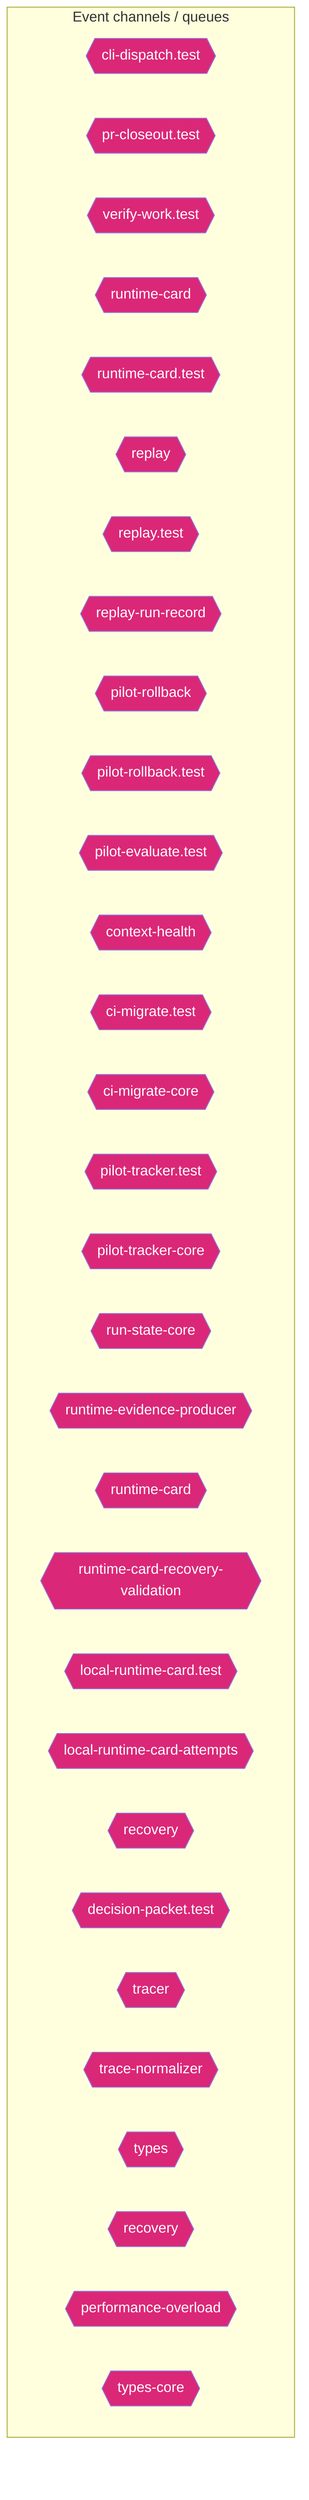
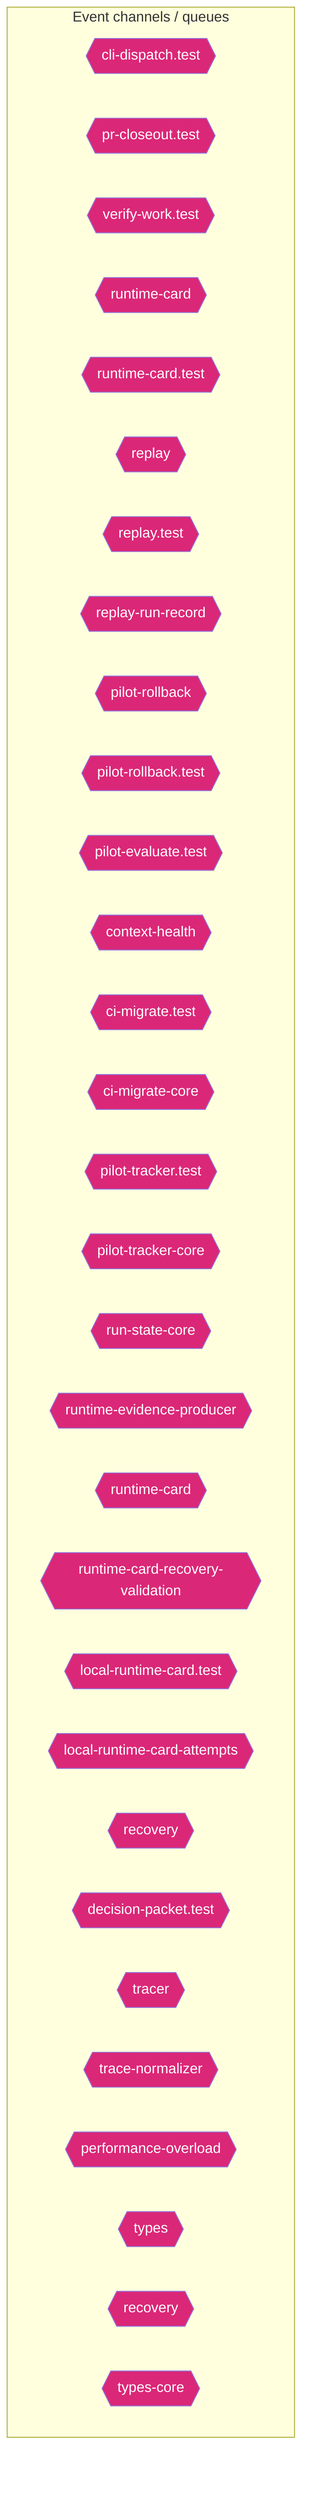
flowchart TD
  subgraph Channels["Event channels / queues"]
    cli_dispatch_test_54c9f17b{{"cli-dispatch.test"}}
    pr_closeout_test_12a1ffdd{{"pr-closeout.test"}}
    verify_work_test_0e12f6c5{{"verify-work.test"}}
    runtime_card_e06b53e1{{"runtime-card"}}
    runtime_card_test_af812837{{"runtime-card.test"}}
    replay_ac203c98{{"replay"}}
    replay_test_935f7436{{"replay.test"}}
    replay_run_record_9a08cce2{{"replay-run-record"}}
    pilot_rollback_00c1f82c{{"pilot-rollback"}}
    pilot_rollback_test_e61d5a2b{{"pilot-rollback.test"}}
    pilot_evaluate_test_a2ac06fc{{"pilot-evaluate.test"}}
    context_health_80bb7da9{{"context-health"}}
    ci_migrate_test_2a015bb9{{"ci-migrate.test"}}
    ci_migrate_core_7005b5af{{"ci-migrate-core"}}
    pilot_tracker_test_80398a66{{"pilot-tracker.test"}}
    pilot_tracker_core_80d8ac96{{"pilot-tracker-core"}}
    run_state_core_25a955bc{{"run-state-core"}}
    runtime_evidence_producer_ea388cb5{{"runtime-evidence-producer"}}
    runtime_card_1_465a49d2{{"runtime-card"}}
    runtime_card_recovery_validation_e216d883{{"runtime-card-recovery-validation"}}
    local_runtime_card_test_b508222b{{"local-runtime-card.test"}}
    local_runtime_card_attempts_28aa46ea{{"local-runtime-card-attempts"}}
    recovery_8c585378{{"recovery"}}
    decision_packet_test_9ea0e97b{{"decision-packet.test"}}
    tracer_1e6243a2{{"tracer"}}
    trace_normalizer_cb1be1d2{{"trace-normalizer"}}
-     types_7_2f1ed65e{{"types"}}
+     performance_overload_c685bfcf{{"performance-overload"}}
+     types_8_f6283648{{"types"}}
    recovery_1_4d1804ab{{"recovery"}}
-     performance_overload_c685bfcf{{"performance-overload"}}
    types_core_e405ddca{{"types-core"}}
  end
  classDef eventNode fill:#db2777,color:#fff
-   class cli_dispatch_test_54c9f17b,pr_closeout_test_12a1ffdd,verify_work_test_0e12f6c5,runtime_card_e06b53e1,runtime_card_test_af812837,replay_ac203c98,replay_test_935f7436,replay_run_record_9a08cce2,pilot_rollback_00c1f82c,pilot_rollback_test_e61d5a2b,pilot_evaluate_test_a2ac06fc,context_health_80bb7da9,ci_migrate_test_2a015bb9,ci_migrate_core_7005b5af,pilot_tracker_test_80398a66,pilot_tracker_core_80d8ac96,run_state_core_25a955bc,runtime_evidence_producer_ea388cb5,runtime_card_1_465a49d2,runtime_card_recovery_validation_e216d883,local_runtime_card_test_b508222b,local_runtime_card_attempts_28aa46ea,recovery_8c585378,decision_packet_test_9ea0e97b,tracer_1e6243a2,trace_normalizer_cb1be1d2,types_7_2f1ed65e,recovery_1_4d1804ab,performance_overload_c685bfcf,types_core_e405ddca eventNode
+   class cli_dispatch_test_54c9f17b,pr_closeout_test_12a1ffdd,verify_work_test_0e12f6c5,runtime_card_e06b53e1,runtime_card_test_af812837,replay_ac203c98,replay_test_935f7436,replay_run_record_9a08cce2,pilot_rollback_00c1f82c,pilot_rollback_test_e61d5a2b,pilot_evaluate_test_a2ac06fc,context_health_80bb7da9,ci_migrate_test_2a015bb9,ci_migrate_core_7005b5af,pilot_tracker_test_80398a66,pilot_tracker_core_80d8ac96,run_state_core_25a955bc,runtime_evidence_producer_ea388cb5,runtime_card_1_465a49d2,runtime_card_recovery_validation_e216d883,local_runtime_card_test_b508222b,local_runtime_card_attempts_28aa46ea,recovery_8c585378,decision_packet_test_9ea0e97b,tracer_1e6243a2,trace_normalizer_cb1be1d2,performance_overload_c685bfcf,types_8_f6283648,recovery_1_4d1804ab,types_core_e405ddca eventNode
